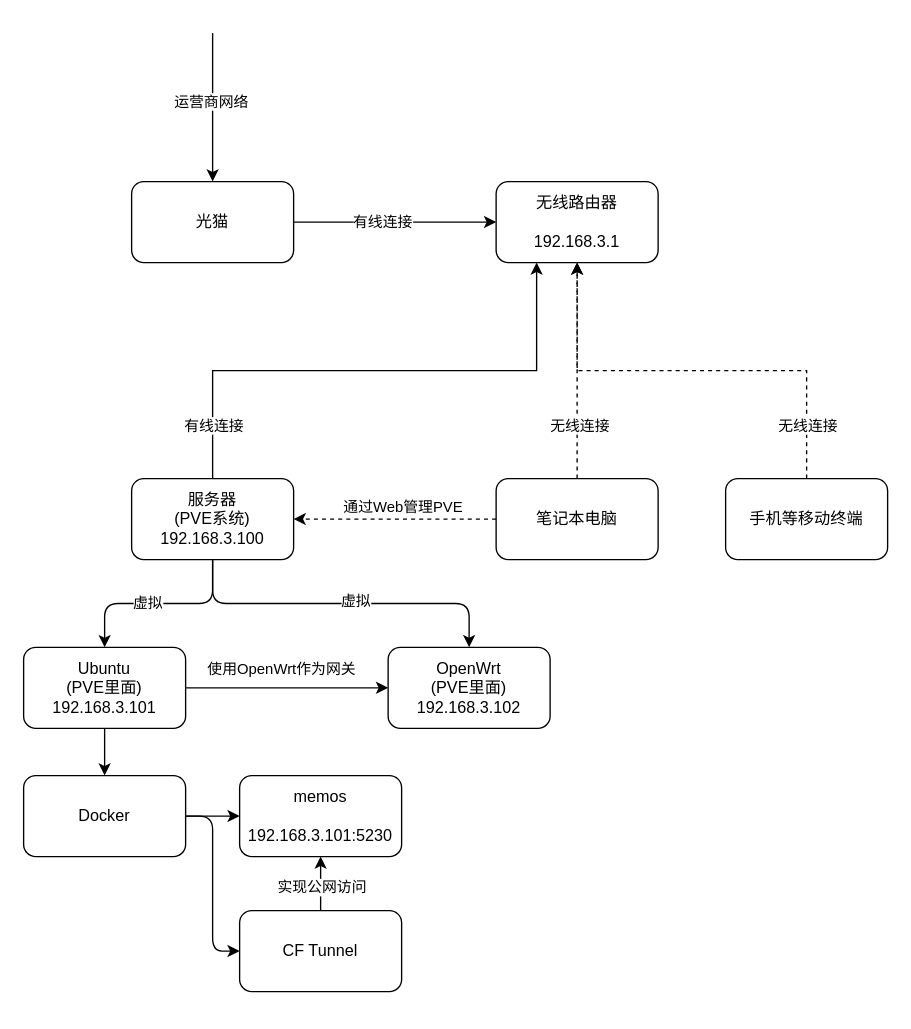
moatkon/moatkon keeps this draw.io diagram as page "HomeLab-Arch" (79 of 79) of Moatkon.drawio. Above is the earlier version. Source tidied: cells renumbered, new cells numbered last; positions are measured from the earlier drawing's top-left corner, leaving out a move shared by most shapes. Both pictures are drawn from the tidied source at 135%, with x=0, y=0 at pixel (23, 32).
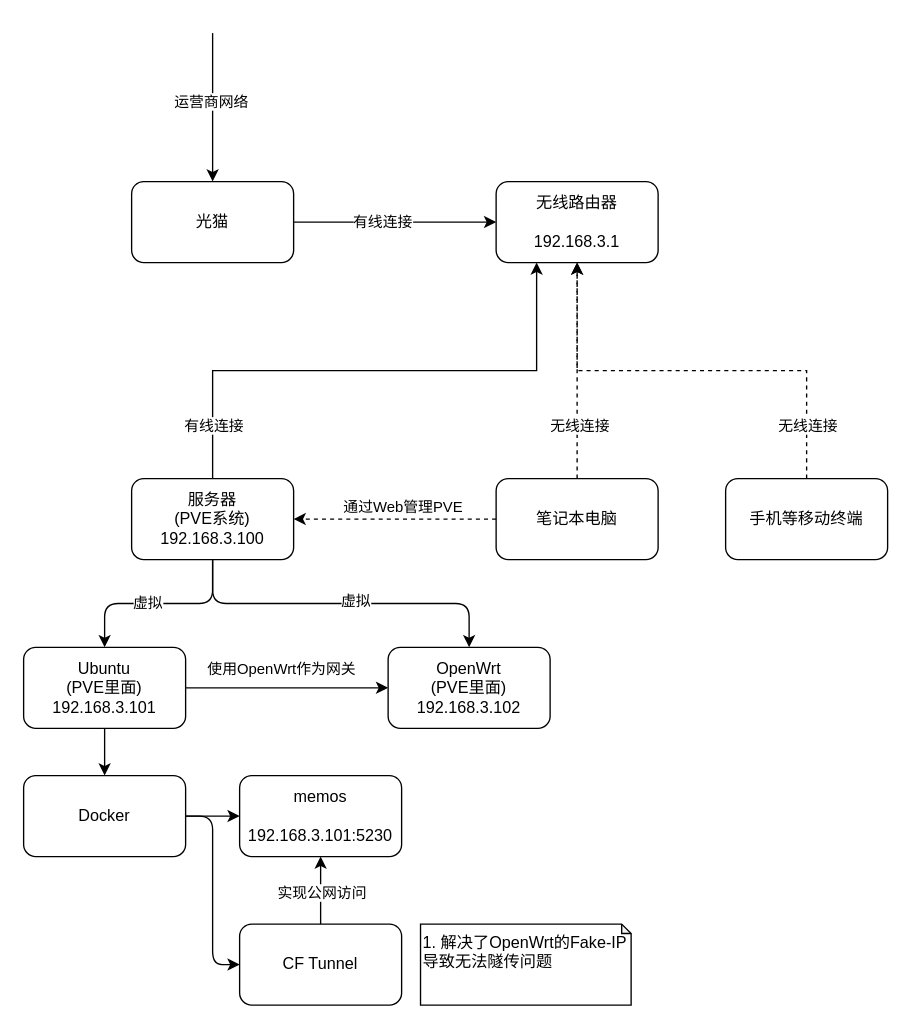
Above is the later version.

Change to the diagram source:
```diff
@@
     <mxCell id="35" value="CF Tunnel" style="rounded=1;whiteSpace=wrap;html=1;fillColor=none;" parent="1" vertex="1">
-      <mxGeometry x="160" y="650" width="120" height="60" as="geometry" />
+      <mxGeometry x="160" y="660" width="120" height="60" as="geometry" />
     </mxCell>
+    <mxCell id="36" value="1. 解决了OpenWrt的Fake-IP导致无法隧传问题" style="shape=note;whiteSpace=wrap;html=1;backgroundOutline=1;darkOpacity=0.05;size=7;align=left;verticalAlign=top;" parent="1" vertex="1">
+      <mxGeometry x="294" y="660" width="156" height="60" as="geometry" />
+    </mxCell>
```
